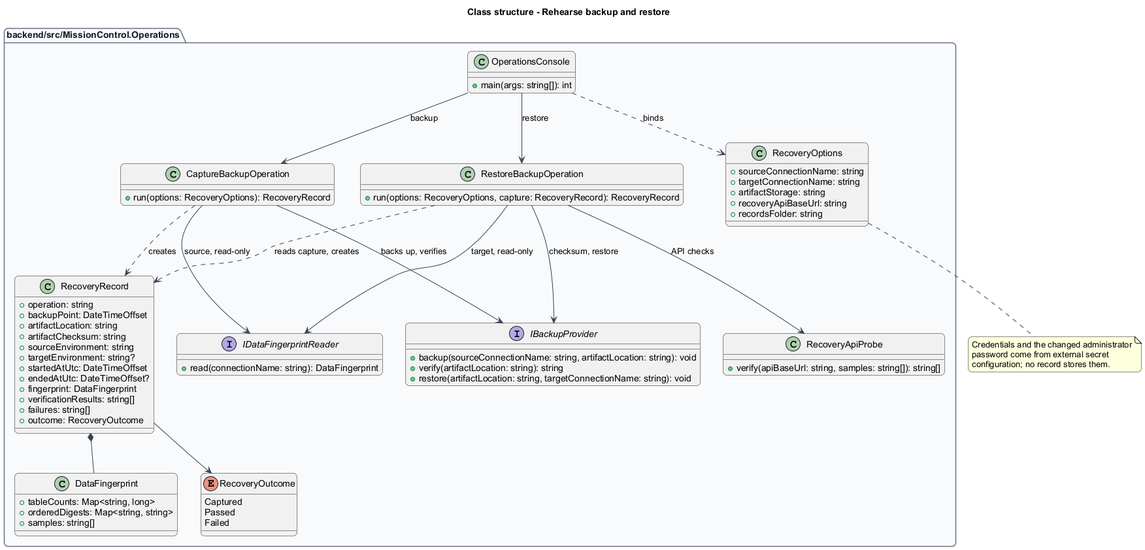
Above: docs/detailed-designs/operations/restore-data/diagrams/class-structure.png in QuinntyneBrown/mission-control (PlantUML), before the change.
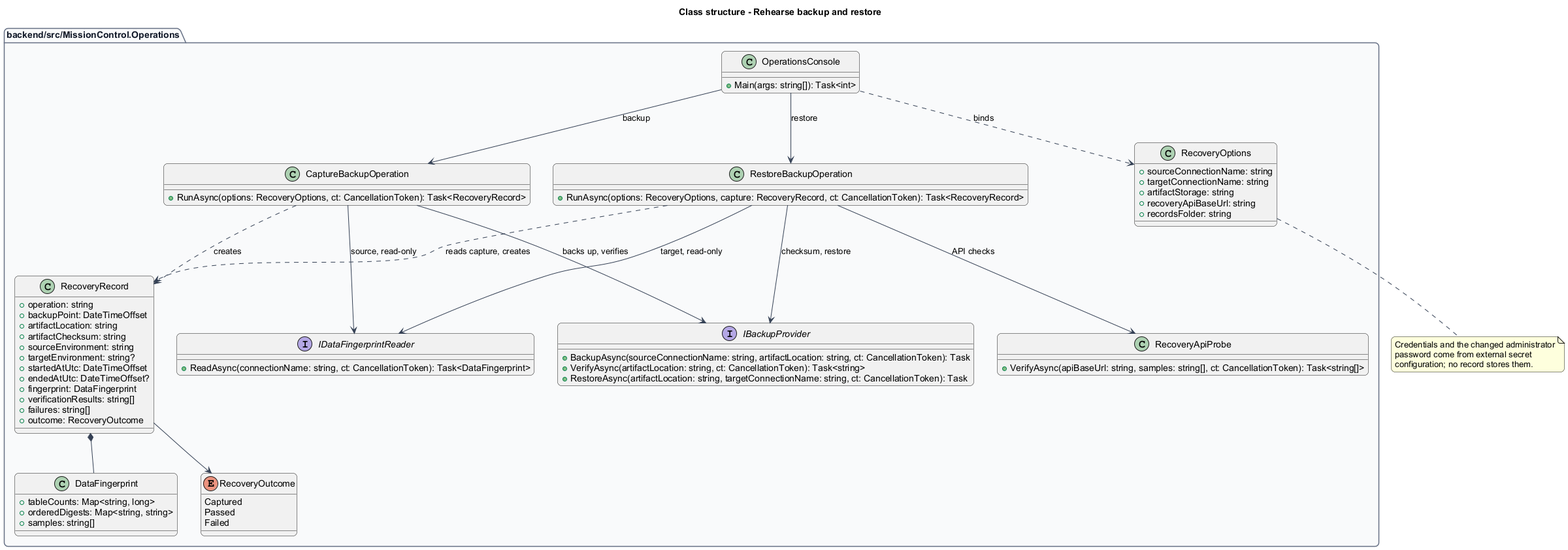
The same diagram one commit later.

The edit, as a diff of the source:
```diff
@@ -17,24 +17,24 @@
 title Class structure - Rehearse backup and restore
 package "backend/src/MissionControl.Operations" {
   class OperationsConsole {
-    +main(args: string[]): int
+    +Main(args: string[]): Task<int>
   }
   class CaptureBackupOperation {
-    +run(options: RecoveryOptions): RecoveryRecord
+    +RunAsync(options: RecoveryOptions, ct: CancellationToken): Task<RecoveryRecord>
   }
   class RestoreBackupOperation {
-    +run(options: RecoveryOptions, capture: RecoveryRecord): RecoveryRecord
+    +RunAsync(options: RecoveryOptions, capture: RecoveryRecord, ct: CancellationToken): Task<RecoveryRecord>
   }
   interface IBackupProvider {
-    +backup(sourceConnectionName: string, artifactLocation: string): void
-    +verify(artifactLocation: string): string
-    +restore(artifactLocation: string, targetConnectionName: string): void
+    +BackupAsync(sourceConnectionName: string, artifactLocation: string, ct: CancellationToken): Task
+    +VerifyAsync(artifactLocation: string, ct: CancellationToken): Task<string>
+    +RestoreAsync(artifactLocation: string, targetConnectionName: string, ct: CancellationToken): Task
   }
   interface IDataFingerprintReader {
-    +read(connectionName: string): DataFingerprint
+    +ReadAsync(connectionName: string, ct: CancellationToken): Task<DataFingerprint>
   }
   class RecoveryApiProbe {
-    +verify(apiBaseUrl: string, samples: string[]): string[]
+    +VerifyAsync(apiBaseUrl: string, samples: string[], ct: CancellationToken): Task<string[]>
   }
   class RecoveryOptions {
     +sourceConnectionName: string
```
